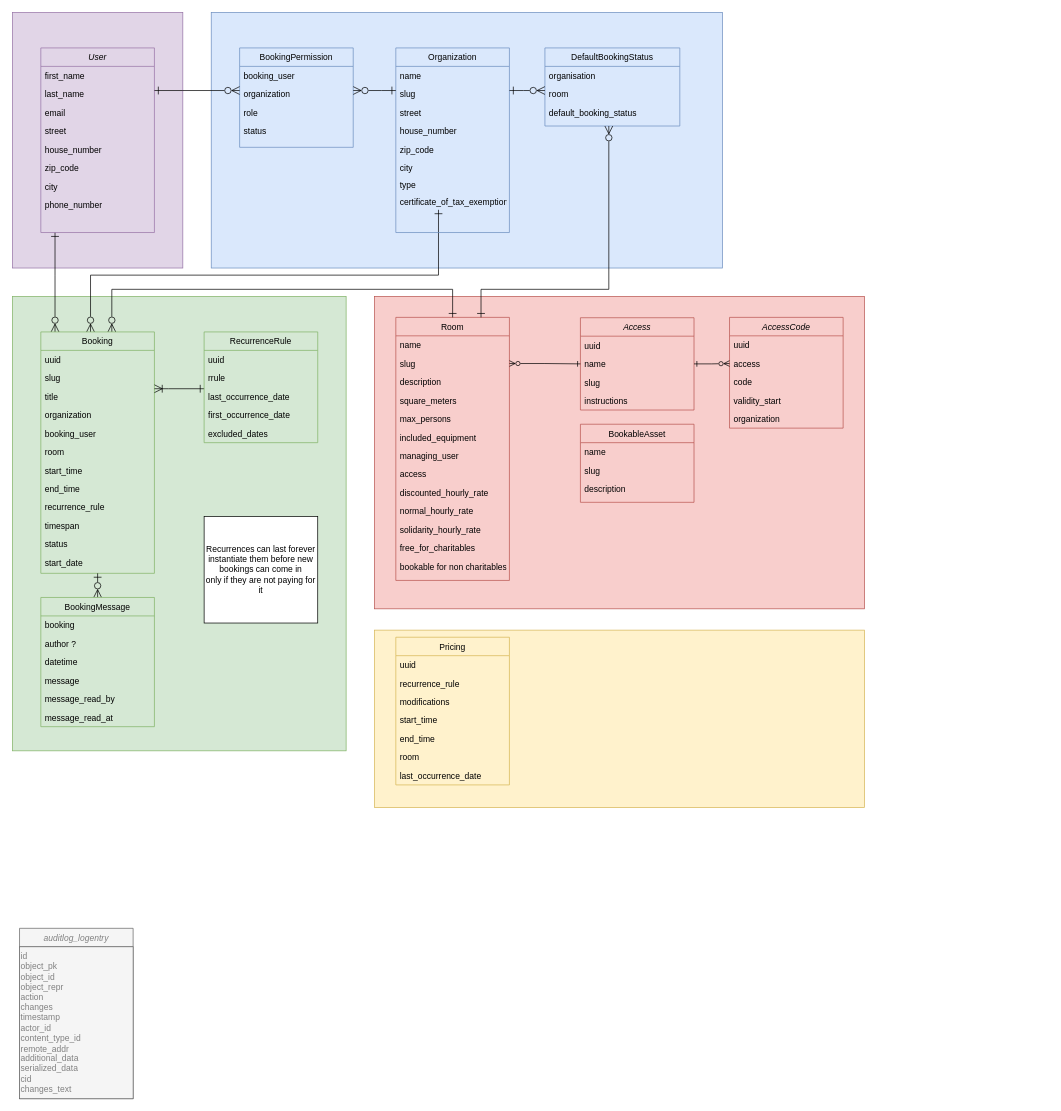
Above: docs/modelling/erd-v1.2.0.drawio in Haus-des-Engagements/re-sharing (draw.io), before the change. Source tidied: cells renumbered, new cells numbered last; positions are measured from the earlier drawing's top-left corner, leaving out a move shared by most shapes. Both pictures are drawn from the tidied source at 71%, with x=0, y=0 at pixel (12, 12).
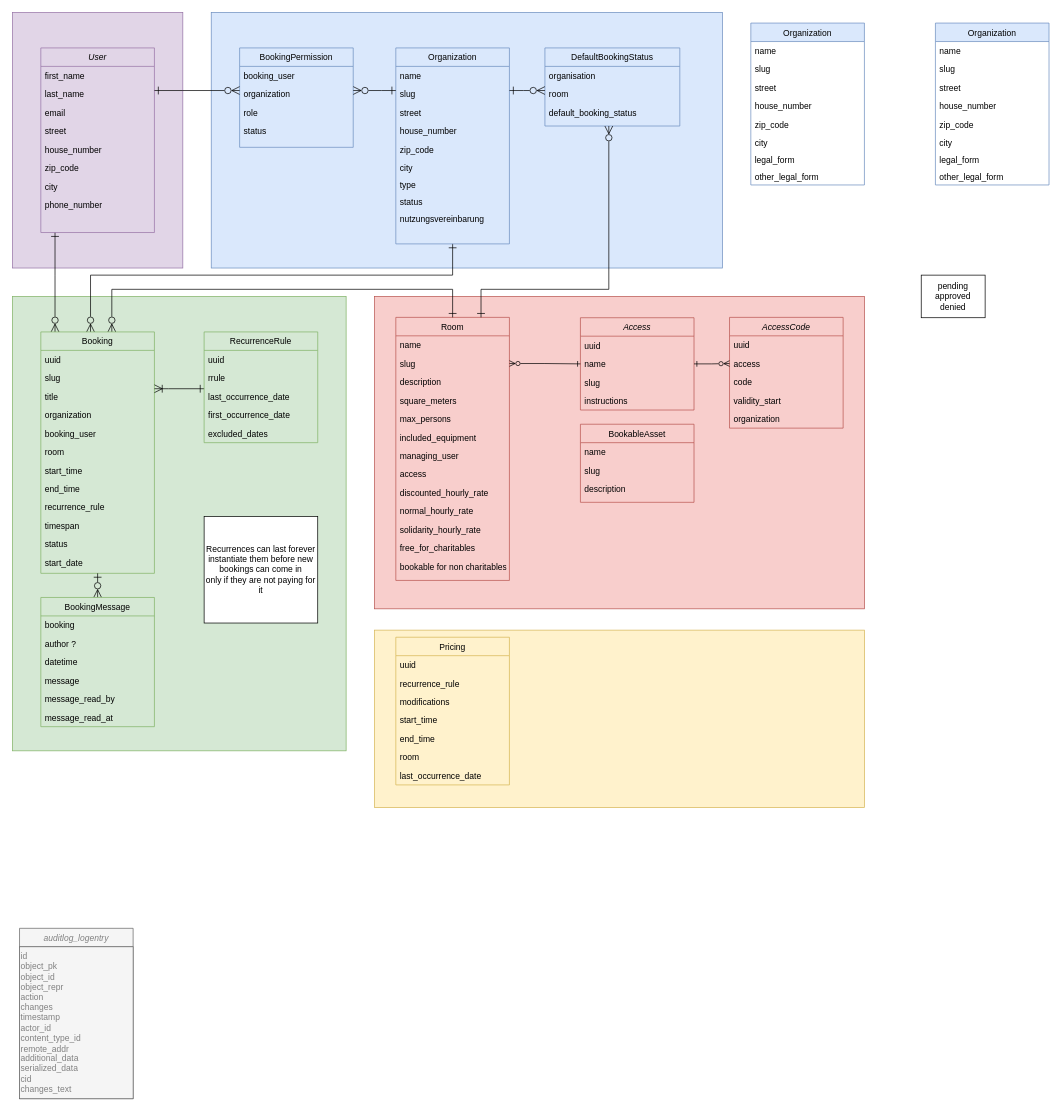
After the change.

The change refers to these unchanged cells:
```xml
<mxCell id="43" value="Booking" style="swimlane;fontStyle=0;align=center;verticalAlign=top;horizontal=1;startSize=26;rounded=0;shadow=0;strokeWidth=1;fillColor=#d5e8d4;strokeColor=#82b366;" parent="1" vertex="1">
  <mxGeometry x="40" y="450" width="160" height="340" as="geometry" />
</mxCell>
```

Change to the diagram source:
```diff
@@
-    <mxCell id="16" style="edgeStyle=orthogonalEdgeStyle;rounded=0;jettySize=auto;html=1;startArrow=ERone;startFill=0;endArrow=ERzeroToMany;endFill=0;endSize=9;startSize=9;" parent="1" edge="1" target="43">
+    <mxCell id="16" style="edgeStyle=orthogonalEdgeStyle;rounded=0;jettySize=auto;html=1;startArrow=ERone;startFill=0;endArrow=ERzeroToMany;endFill=0;endSize=9;startSize=9;exitX=0.5;exitY=1;exitDx=0;exitDy=0;" parent="1" edge="1" source="17" target="43">
       <mxGeometry relative="1" as="geometry">
-        <mxPoint x="600.1" y="278" as="sourcePoint" />
         <Array as="points">
-          <mxPoint x="600" y="370" />
+          <mxPoint x="620" y="370" />
           <mxPoint x="110" y="370" />
         </Array>
       </mxGeometry>
     </mxCell>
     <mxCell id="17" value="Organization" style="swimlane;fontStyle=0;align=center;verticalAlign=top;horizontal=1;startSize=26;rounded=0;shadow=0;strokeWidth=1;fillColor=#dae8fc;strokeColor=#6c8ebf;" parent="1" vertex="1">
-      <mxGeometry x="540" y="50" width="160" height="260" as="geometry" />
+      <mxGeometry x="540" y="50" width="160" height="276" as="geometry" />
     </mxCell>
@@
-    <mxCell id="25" value="certificate_of_tax_exemption" style="text;align=left;verticalAlign=top;spacingLeft=4;spacingRight=4;overflow=hidden;" parent="17" vertex="1">
-      <mxGeometry y="204" width="160" height="24" as="geometry" />
-    </mxCell>
+    <mxCell id="111" value="status" style="text;align=left;verticalAlign=top;spacingLeft=4;spacingRight=4;overflow=hidden;" parent="17" vertex="1">
+      <mxGeometry y="204" width="160" height="24" as="geometry" />
+    </mxCell>
+    <mxCell id="112" value="nutzungsvereinbarung" style="text;align=left;verticalAlign=top;spacingLeft=4;spacingRight=4;overflow=hidden;" parent="17" vertex="1">
+      <mxGeometry y="228" width="160" height="24" as="geometry" />
+    </mxCell>
@@
+    <mxCell id="113" value="pending&lt;br&gt;approved&lt;br&gt;denied" style="rounded=0;whiteSpace=wrap;html=1;" parent="1" vertex="1">
+      <mxGeometry x="1280" y="370" width="90" height="60" as="geometry" />
+    </mxCell>
+    <mxCell id="114" value="Organization" style="swimlane;fontStyle=0;align=center;verticalAlign=top;horizontal=1;startSize=26;rounded=0;shadow=0;strokeWidth=1;fillColor=#dae8fc;strokeColor=#6c8ebf;" parent="1" vertex="1">
+      <mxGeometry x="1040" y="15" width="160" height="228" as="geometry" />
+    </mxCell>
+    <mxCell id="115" value="name" style="text;align=left;verticalAlign=top;spacingLeft=4;spacingRight=4;overflow=hidden;" parent="114" vertex="1">
+      <mxGeometry y="26" width="160" height="26" as="geometry" />
+    </mxCell>
+    <mxCell id="116" value="slug" style="text;align=left;verticalAlign=top;spacingLeft=4;spacingRight=4;overflow=hidden;rounded=0;shadow=0;html=0;" parent="114" vertex="1">
+      <mxGeometry y="52" width="160" height="26" as="geometry" />
+    </mxCell>
+    <mxCell id="117" value="street" style="text;align=left;verticalAlign=top;spacingLeft=4;spacingRight=4;overflow=hidden;rounded=0;shadow=0;html=0;" parent="114" vertex="1">
+      <mxGeometry y="78" width="160" height="26" as="geometry" />
+    </mxCell>
+    <mxCell id="118" value="house_number" style="text;align=left;verticalAlign=top;spacingLeft=4;spacingRight=4;overflow=hidden;rounded=0;shadow=0;html=0;" parent="114" vertex="1">
+      <mxGeometry y="104" width="160" height="26" as="geometry" />
+    </mxCell>
+    <mxCell id="119" value="zip_code" style="text;align=left;verticalAlign=top;spacingLeft=4;spacingRight=4;overflow=hidden;rounded=0;shadow=0;html=0;" parent="114" vertex="1">
+      <mxGeometry y="130" width="160" height="26" as="geometry" />
+    </mxCell>
+    <mxCell id="120" value="city" style="text;align=left;verticalAlign=top;spacingLeft=4;spacingRight=4;overflow=hidden;" parent="114" vertex="1">
+      <mxGeometry y="156" width="160" height="24" as="geometry" />
+    </mxCell>
+    <mxCell id="121" value="legal_form" style="text;align=left;verticalAlign=top;spacingLeft=4;spacingRight=4;overflow=hidden;" parent="114" vertex="1">
+      <mxGeometry y="180" width="160" height="24" as="geometry" />
+    </mxCell>
+    <mxCell id="122" value="other_legal_form" style="text;align=left;verticalAlign=top;spacingLeft=4;spacingRight=4;overflow=hidden;" parent="114" vertex="1">
+      <mxGeometry y="204" width="160" height="24" as="geometry" />
+    </mxCell>
+    <mxCell id="123" value="Organization" style="swimlane;fontStyle=0;align=center;verticalAlign=top;horizontal=1;startSize=26;rounded=0;shadow=0;strokeWidth=1;fillColor=#dae8fc;strokeColor=#6c8ebf;" parent="1" vertex="1">
+      <mxGeometry x="1300" y="15" width="160" height="228" as="geometry" />
+    </mxCell>
+    <mxCell id="124" value="name" style="text;align=left;verticalAlign=top;spacingLeft=4;spacingRight=4;overflow=hidden;" parent="123" vertex="1">
+      <mxGeometry y="26" width="160" height="26" as="geometry" />
+    </mxCell>
+    <mxCell id="125" value="slug" style="text;align=left;verticalAlign=top;spacingLeft=4;spacingRight=4;overflow=hidden;rounded=0;shadow=0;html=0;" parent="123" vertex="1">
+      <mxGeometry y="52" width="160" height="26" as="geometry" />
+    </mxCell>
+    <mxCell id="126" value="street" style="text;align=left;verticalAlign=top;spacingLeft=4;spacingRight=4;overflow=hidden;rounded=0;shadow=0;html=0;" parent="123" vertex="1">
+      <mxGeometry y="78" width="160" height="26" as="geometry" />
+    </mxCell>
+    <mxCell id="127" value="house_number" style="text;align=left;verticalAlign=top;spacingLeft=4;spacingRight=4;overflow=hidden;rounded=0;shadow=0;html=0;" parent="123" vertex="1">
+      <mxGeometry y="104" width="160" height="26" as="geometry" />
+    </mxCell>
+    <mxCell id="128" value="zip_code" style="text;align=left;verticalAlign=top;spacingLeft=4;spacingRight=4;overflow=hidden;rounded=0;shadow=0;html=0;" parent="123" vertex="1">
+      <mxGeometry y="130" width="160" height="26" as="geometry" />
+    </mxCell>
+    <mxCell id="129" value="city" style="text;align=left;verticalAlign=top;spacingLeft=4;spacingRight=4;overflow=hidden;" parent="123" vertex="1">
+      <mxGeometry y="156" width="160" height="24" as="geometry" />
+    </mxCell>
+    <mxCell id="130" value="legal_form" style="text;align=left;verticalAlign=top;spacingLeft=4;spacingRight=4;overflow=hidden;" parent="123" vertex="1">
+      <mxGeometry y="180" width="160" height="24" as="geometry" />
+    </mxCell>
+    <mxCell id="131" value="other_legal_form" style="text;align=left;verticalAlign=top;spacingLeft=4;spacingRight=4;overflow=hidden;" parent="123" vertex="1">
+      <mxGeometry y="204" width="160" height="24" as="geometry" />
+    </mxCell>
```
